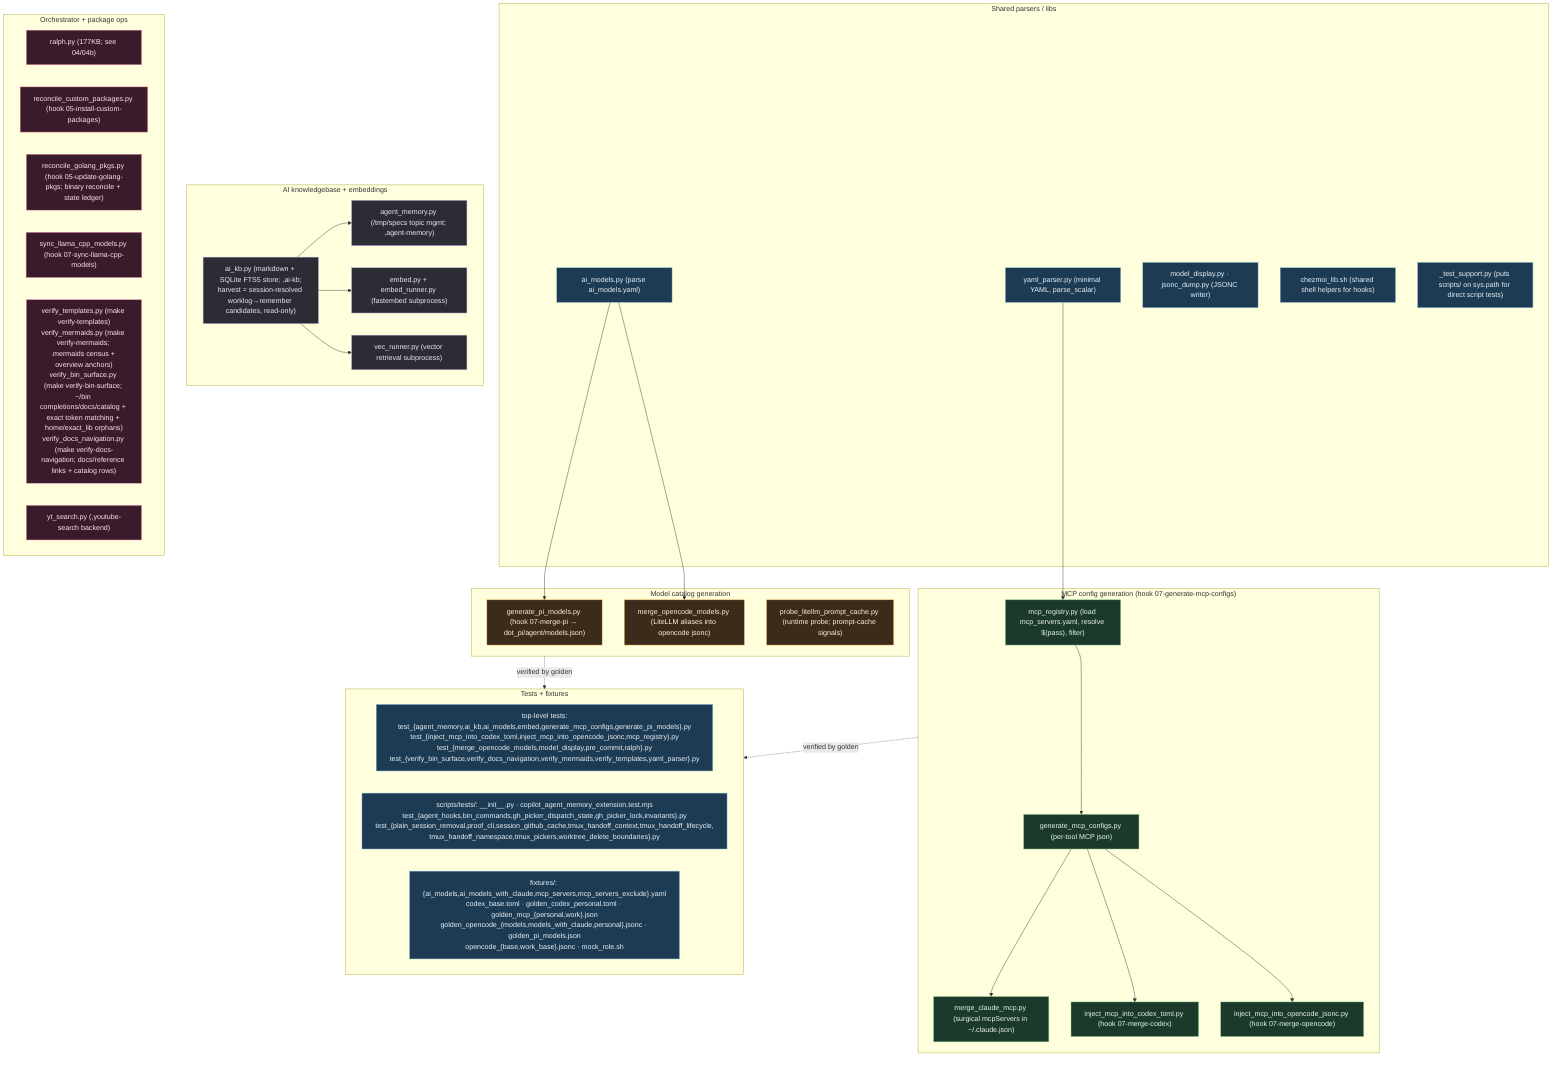
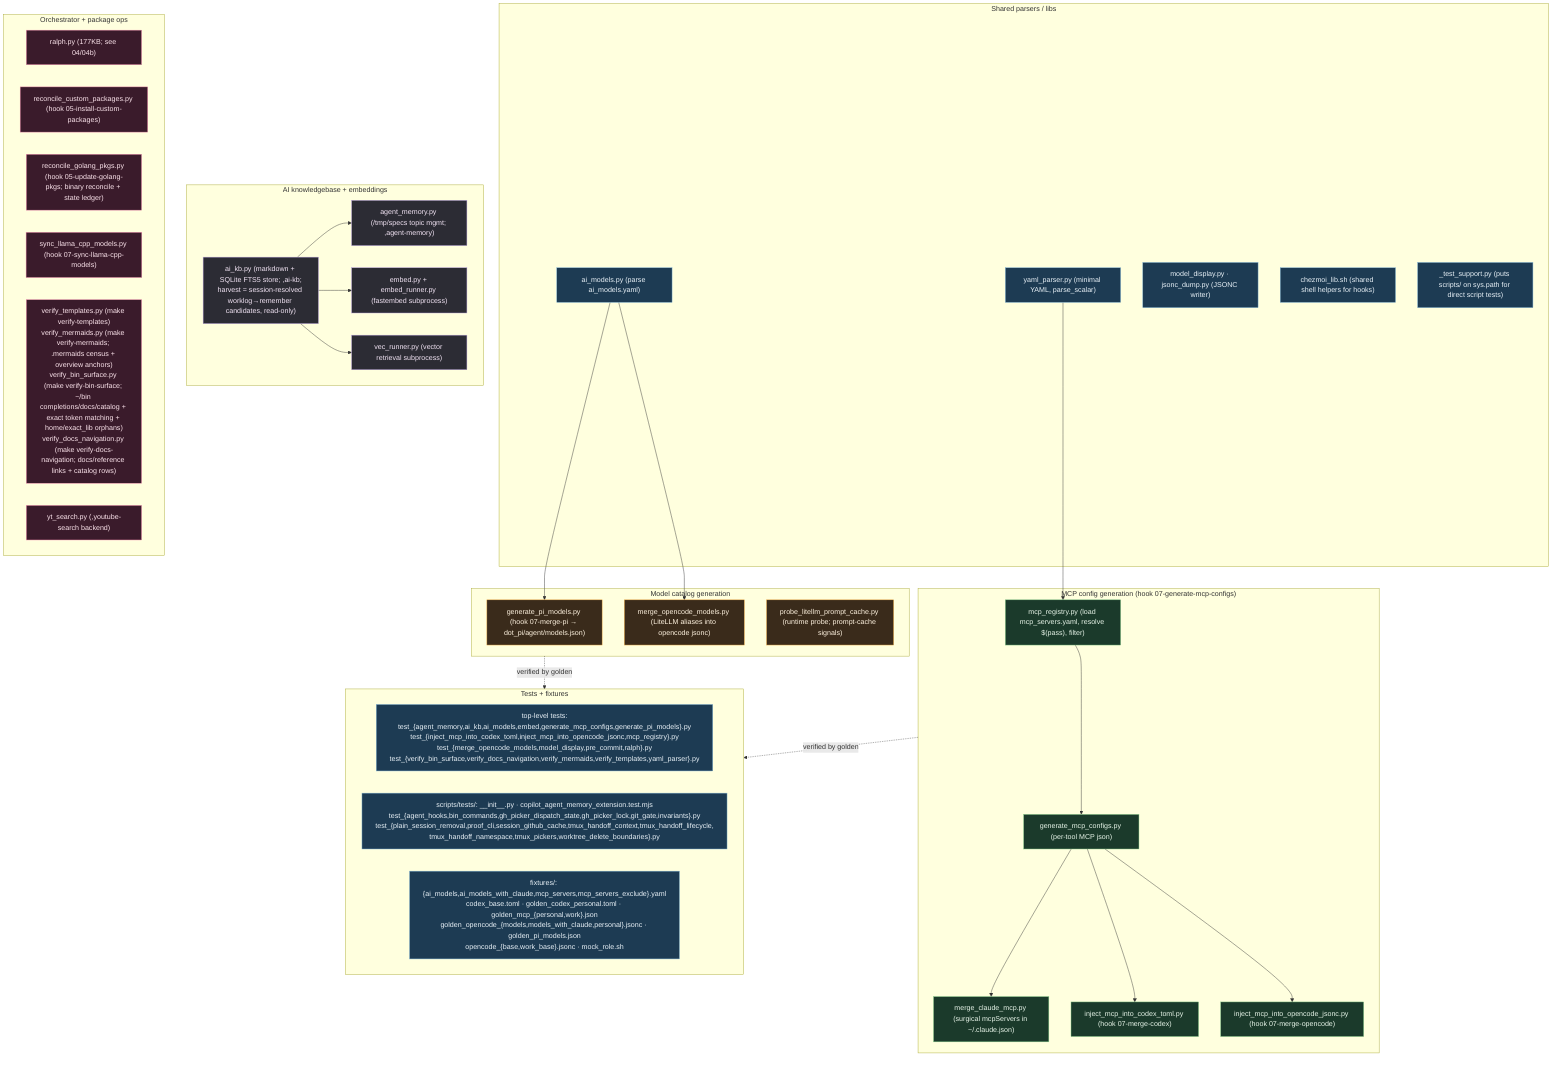
%% ============================================================================
- %% 11-scripts-helpers.mmd — Every file in scripts/ (76). Repo-side Python
+ %% 11-scripts-helpers.mmd — Every file in scripts/ (77). Repo-side Python
%% (stdlib only, no PyYAML) called by chezmoi 07-* hooks + ,bin commands.
%% Grouped by consumer. Shared parsers feed the generators/mergers.
%% ============================================================================
flowchart TB
    classDef shared fill:#1d3b53,stroke:#7fb3d5,color:#eaf2f8;
    classDef mcp fill:#1b3a2b,stroke:#81c784,color:#e8f5e9;
    classDef model fill:#3a2b1b,stroke:#ffb74d,color:#fff3e0;
    classDef ai fill:#2c2c34,stroke:#b39ddb,color:#f3e5f5;
    classDef misc fill:#3a1b2b,stroke:#f48fb1,color:#fce4ec;

    subgraph SHARED["Shared parsers / libs"]
        YP["yaml_parser.py (minimal YAML, parse_scalar)"]:::shared
        AM["ai_models.py (parse ai_models.yaml)"]:::shared
        MD["model_display.py · jsonc_dump.py (JSONC writer)"]:::shared
        CL["chezmoi_lib.sh (shared shell helpers for hooks)"]:::shared
        TS["_test_support.py (puts scripts/ on sys.path for direct script tests)"]:::shared
    end

    subgraph MCPGEN["MCP config generation (hook 07-generate-mcp-configs)"]
        MR["mcp_registry.py (load mcp_servers.yaml, resolve $(pass), filter)"]:::mcp
        GMC["generate_mcp_configs.py (per-tool MCP json)"]:::mcp
        MCM["merge_claude_mcp.py (surgical mcpServers in ~/.claude.json)"]:::mcp
        ICT["inject_mcp_into_codex_toml.py (hook 07-merge-codex)"]:::mcp
        IOJ["inject_mcp_into_opencode_jsonc.py (hook 07-merge-opencode)"]:::mcp
    end
    YP --> MR --> GMC --> MCM & ICT & IOJ

    subgraph MODELGEN["Model catalog generation"]
        GPM["generate_pi_models.py (hook 07-merge-pi → dot_pi/agent/models.json)"]:::model
        MOM["merge_opencode_models.py (LiteLLM aliases into opencode jsonc)"]:::model
        PLP["probe_litellm_prompt_cache.py (runtime probe; prompt-cache signals)"]:::model
    end
    AM --> GPM & MOM

    subgraph AIKB["AI knowledgebase + embeddings"]
        KB["ai_kb.py (markdown + SQLite FTS5 store; ,ai-kb;<br/>harvest = session-resolved worklog→remember candidates, read-only)"]:::ai
        EMB["embed.py + embed_runner.py (fastembed subprocess)"]:::ai
        VEC["vec_runner.py (vector retrieval subprocess)"]:::ai
        AGM["agent_memory.py (/tmp/specs topic mgmt; ,agent-memory)"]:::ai
    end
    KB --> AGM & EMB & VEC

    subgraph ORCH["Orchestrator + package ops"]
        RALPH["ralph.py (177KB; see 04/04b)"]:::misc
        RCP["reconcile_custom_packages.py (hook 05-install-custom-packages)"]:::misc
        RGP["reconcile_golang_pkgs.py (hook 05-update-golang-pkgs; binary reconcile + state ledger)"]:::misc
        SLC["sync_llama_cpp_models.py (hook 07-sync-llama-cpp-models)"]:::misc
        VT["verify_templates.py (make verify-templates)<br/>verify_mermaids.py (make verify-mermaids; .mermaids census + overview anchors)<br/>verify_bin_surface.py (make verify-bin-surface; ~/bin completions/docs/catalog + exact token matching + home/exact_lib orphans)<br/>verify_docs_navigation.py (make verify-docs-navigation; docs/reference links + catalog rows)"]:::misc
        YT["yt_search.py (,youtube-search backend)"]:::misc
    end

    subgraph TESTS["Tests + fixtures"]
        TT["top-level tests:<br/>test_{agent_memory,ai_kb,ai_models,embed,generate_mcp_configs,generate_pi_models}.py<br/>test_{inject_mcp_into_codex_toml,inject_mcp_into_opencode_jsonc,mcp_registry}.py<br/>test_{merge_opencode_models,model_display,pre_commit,ralph}.py<br/>test_{verify_bin_surface,verify_docs_navigation,verify_mermaids,verify_templates,yaml_parser}.py"]:::shared
-         IT["scripts/tests/: __init__.py · copilot_agent_memory_extension.test.mjs<br/>test_{agent_hooks,bin_commands,gh_picker_dispatch_state,gh_picker_lock,invariants}.py<br/>test_{plain_session_removal,proof_cli,session_github_cache,tmux_handoff_context,tmux_handoff_lifecycle,<br/>tmux_handoff_namespace,tmux_pickers,worktree_delete_boundaries}.py"]:::shared
+         IT["scripts/tests/: __init__.py · copilot_agent_memory_extension.test.mjs<br/>test_{agent_hooks,bin_commands,gh_picker_dispatch_state,gh_picker_lock,git_gate,invariants}.py<br/>test_{plain_session_removal,proof_cli,session_github_cache,tmux_handoff_context,tmux_handoff_lifecycle,<br/>tmux_handoff_namespace,tmux_pickers,worktree_delete_boundaries}.py"]:::shared
        FX["fixtures/: {ai_models,ai_models_with_claude,mcp_servers,mcp_servers_exclude}.yaml<br/>codex_base.toml · golden_codex_personal.toml · golden_mcp_{personal,work}.json<br/>golden_opencode_{models,models_with_claude,personal}.jsonc · golden_pi_models.json<br/>opencode_{base,work_base}.jsonc · mock_role.sh"]:::shared
    end
    MCPGEN -.verified by golden.-> TESTS
    MODELGEN -.verified by golden.-> TESTS
